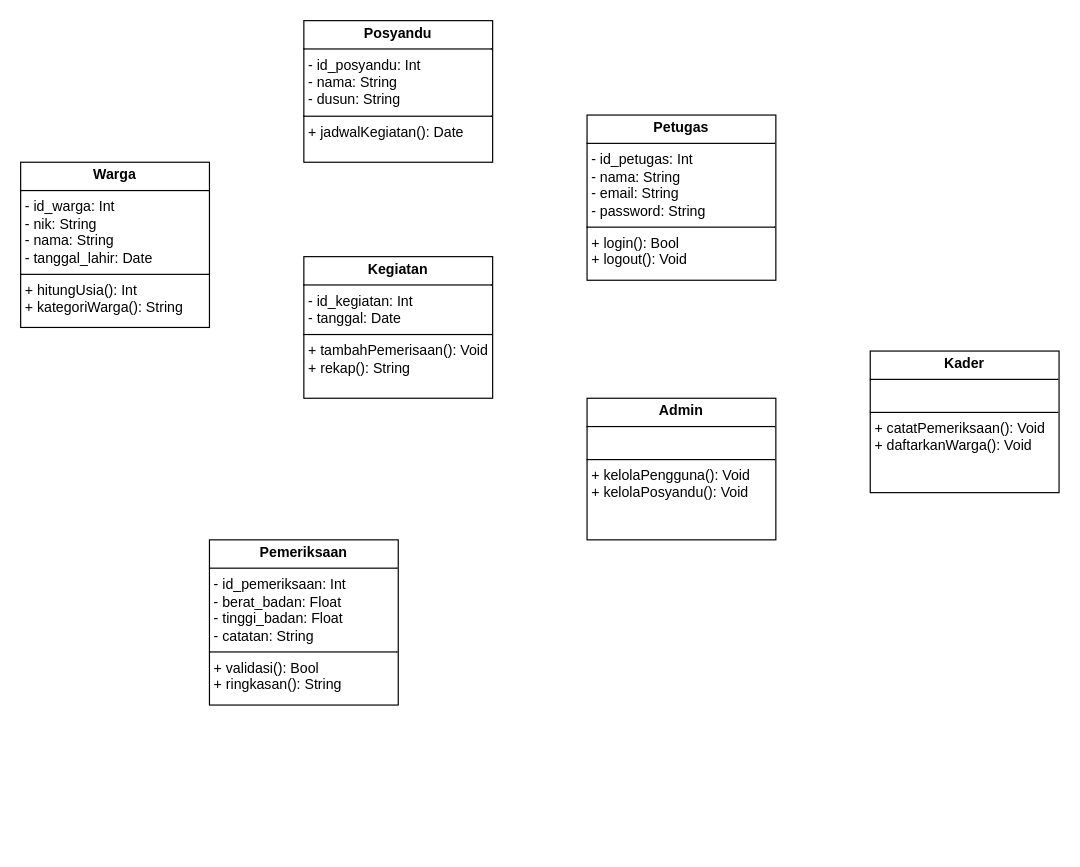
Earlier version of the draw.io diagram page "Class Diagram" (2 of 2) of PBO UML.drawio (Awipratama/Posyandu_Mobile). Source tidied: cells renumbered, new cells numbered last; positions are measured from the earlier drawing's top-left corner, leaving out a move shared by most shapes. Both pictures are drawn from the tidied source at 118%, with x=0, y=0 at pixel (20, 20).
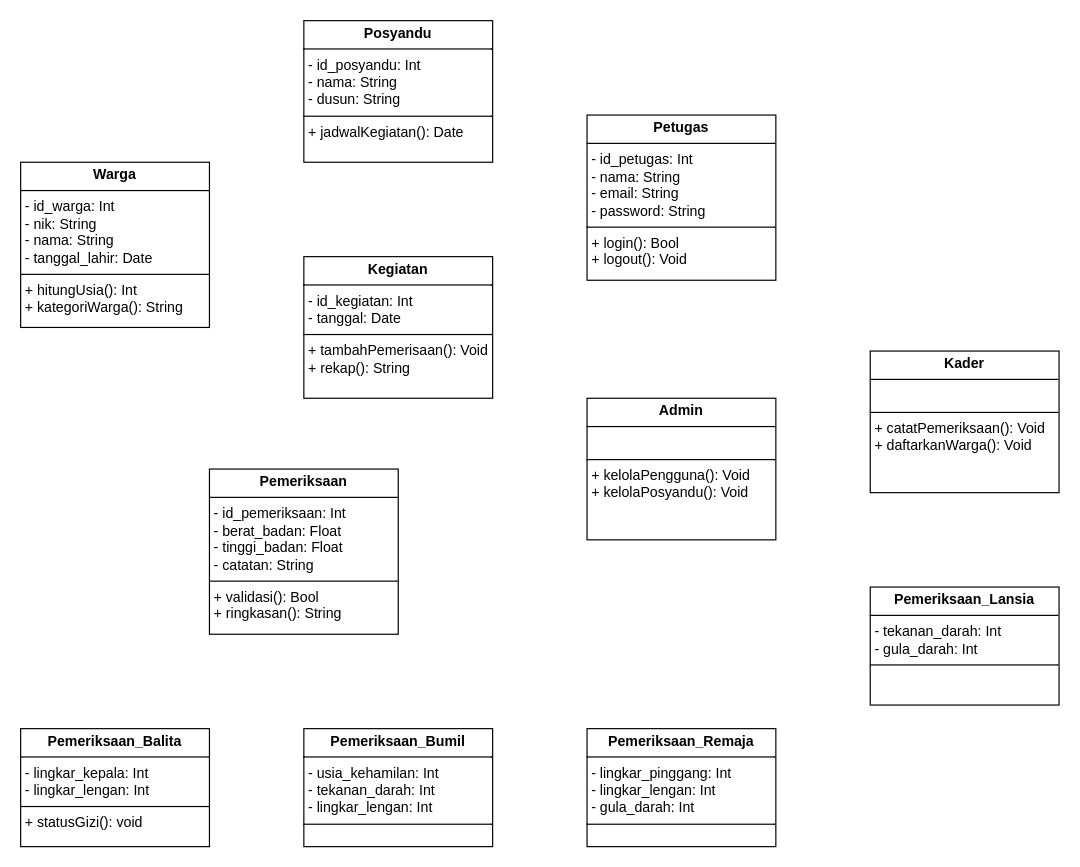
The same page after the edit.

Diff of the diagram source:
```diff
@@
 <mxGraphModel>
   <root>
     <mxCell id="0" />
     <mxCell id="1" parent="0" />
     <mxCell id="2" value="&lt;p style=&quot;margin:0px;margin-top:4px;text-align:center;&quot;&gt;&lt;b&gt;Posyandu&lt;/b&gt;&lt;/p&gt;&lt;hr size=&quot;1&quot; style=&quot;border-style:solid;&quot;&gt;&lt;p style=&quot;margin:0px;margin-left:4px;&quot;&gt;- id_posyandu: Int&lt;/p&gt;&lt;p style=&quot;margin:0px;margin-left:4px;&quot;&gt;- nama: String&lt;/p&gt;&lt;p style=&quot;margin:0px;margin-left:4px;&quot;&gt;- dusun: String&lt;/p&gt;&lt;hr size=&quot;1&quot; style=&quot;border-style:solid;&quot;&gt;&lt;p style=&quot;margin:0px;margin-left:4px;&quot;&gt;+ jadwalKegiatan(): Date&lt;/p&gt;" style="verticalAlign=top;align=left;overflow=fill;html=1;whiteSpace=wrap;" parent="1" vertex="1">
       <mxGeometry x="240" width="160" height="120" as="geometry" />
     </mxCell>
     <mxCell id="3" value="&lt;p style=&quot;margin:0px;margin-top:4px;text-align:center;&quot;&gt;&lt;b&gt;Warga&lt;/b&gt;&lt;/p&gt;&lt;hr size=&quot;1&quot; style=&quot;border-style:solid;&quot;&gt;&lt;p style=&quot;margin:0px;margin-left:4px;&quot;&gt;- id_warga: Int&lt;/p&gt;&lt;p style=&quot;margin:0px;margin-left:4px;&quot;&gt;- nik: String&lt;/p&gt;&lt;p style=&quot;margin:0px;margin-left:4px;&quot;&gt;- nama: String&lt;/p&gt;&lt;p style=&quot;margin:0px;margin-left:4px;&quot;&gt;- tanggal_lahir: Date&lt;/p&gt;&lt;hr size=&quot;1&quot; style=&quot;border-style:solid;&quot;&gt;&lt;p style=&quot;margin:0px;margin-left:4px;&quot;&gt;+ hitungUsia(): Int&lt;/p&gt;&lt;p style=&quot;margin:0px;margin-left:4px;&quot;&gt;+ kategoriWarga(): String&lt;/p&gt;" style="verticalAlign=top;align=left;overflow=fill;html=1;whiteSpace=wrap;" parent="1" vertex="1">
       <mxGeometry y="120" width="160" height="140" as="geometry" />
     </mxCell>
     <mxCell id="4" value="&lt;p style=&quot;margin:0px;margin-top:4px;text-align:center;&quot;&gt;&lt;b&gt;Kegiatan&lt;/b&gt;&lt;/p&gt;&lt;hr size=&quot;1&quot; style=&quot;border-style:solid;&quot;&gt;&lt;p style=&quot;margin:0px;margin-left:4px;&quot;&gt;- id_kegiatan: Int&lt;/p&gt;&lt;p style=&quot;margin:0px;margin-left:4px;&quot;&gt;- tanggal: Date&lt;/p&gt;&lt;hr size=&quot;1&quot; style=&quot;border-style:solid;&quot;&gt;&lt;p style=&quot;margin:0px;margin-left:4px;&quot;&gt;+ tambahPemerisaan(): Void&lt;/p&gt;&lt;p style=&quot;margin:0px;margin-left:4px;&quot;&gt;+ rekap(): String&lt;/p&gt;" style="verticalAlign=top;align=left;overflow=fill;html=1;whiteSpace=wrap;" parent="1" vertex="1">
       <mxGeometry x="240" y="200" width="160" height="120" as="geometry" />
     </mxCell>
     <mxCell id="5" value="&lt;p style=&quot;margin:0px;margin-top:4px;text-align:center;&quot;&gt;&lt;b&gt;Petugas&lt;/b&gt;&lt;/p&gt;&lt;hr size=&quot;1&quot; style=&quot;border-style:solid;&quot;&gt;&lt;p style=&quot;margin:0px;margin-left:4px;&quot;&gt;- id_petugas: Int&lt;/p&gt;&lt;p style=&quot;margin:0px;margin-left:4px;&quot;&gt;- nama: String&lt;/p&gt;&lt;p style=&quot;margin:0px;margin-left:4px;&quot;&gt;- email: String&lt;/p&gt;&lt;p style=&quot;margin:0px;margin-left:4px;&quot;&gt;- password: String&lt;/p&gt;&lt;hr size=&quot;1&quot; style=&quot;border-style:solid;&quot;&gt;&lt;p style=&quot;margin:0px;margin-left:4px;&quot;&gt;+ login(): Bool&lt;/p&gt;&lt;p style=&quot;margin:0px;margin-left:4px;&quot;&gt;+ logout(): Void&lt;/p&gt;" style="verticalAlign=top;align=left;overflow=fill;html=1;whiteSpace=wrap;" parent="1" vertex="1">
       <mxGeometry x="480" y="80" width="160" height="140" as="geometry" />
     </mxCell>
     <mxCell id="6" value="&lt;p style=&quot;margin:0px;margin-top:4px;text-align:center;&quot;&gt;&lt;b&gt;Admin&lt;/b&gt;&lt;/p&gt;&lt;hr size=&quot;1&quot; style=&quot;border-style:solid;&quot;&gt;&lt;p style=&quot;margin:0px;margin-left:4px;&quot;&gt;&lt;br&gt;&lt;/p&gt;&lt;hr size=&quot;1&quot; style=&quot;border-style:solid;&quot;&gt;&lt;p style=&quot;margin:0px;margin-left:4px;&quot;&gt;+ kelolaPengguna(): Void&lt;/p&gt;&lt;p style=&quot;margin:0px;margin-left:4px;&quot;&gt;+ kelolaPosyandu(): Void&lt;/p&gt;" style="verticalAlign=top;align=left;overflow=fill;html=1;whiteSpace=wrap;" parent="1" vertex="1">
       <mxGeometry x="480" y="320" width="160" height="120" as="geometry" />
     </mxCell>
     <mxCell id="7" value="&lt;p style=&quot;margin:0px;margin-top:4px;text-align:center;&quot;&gt;&lt;b&gt;Kader&lt;/b&gt;&lt;/p&gt;&lt;hr size=&quot;1&quot; style=&quot;border-style:solid;&quot;&gt;&lt;p style=&quot;margin:0px;margin-left:4px;&quot;&gt;&lt;br&gt;&lt;/p&gt;&lt;hr size=&quot;1&quot; style=&quot;border-style:solid;&quot;&gt;&lt;p style=&quot;margin:0px;margin-left:4px;&quot;&gt;+ catatPemeriksaan(): Void&lt;/p&gt;&lt;p style=&quot;margin:0px;margin-left:4px;&quot;&gt;+ daftarkanWarga(): Void&lt;/p&gt;" style="verticalAlign=top;align=left;overflow=fill;html=1;whiteSpace=wrap;" parent="1" vertex="1">
       <mxGeometry x="720" y="280" width="160" height="120" as="geometry" />
     </mxCell>
     <mxCell id="8" value="&lt;p style=&quot;margin:0px;margin-top:4px;text-align:center;&quot;&gt;&lt;b&gt;Pemeriksaan&lt;/b&gt;&lt;/p&gt;&lt;hr size=&quot;1&quot; style=&quot;border-style:solid;&quot;&gt;&lt;p style=&quot;margin:0px;margin-left:4px;&quot;&gt;- id_pemeriksaan: Int&lt;/p&gt;&lt;p style=&quot;margin:0px;margin-left:4px;&quot;&gt;- berat_badan: Float&lt;/p&gt;&lt;p style=&quot;margin:0px;margin-left:4px;&quot;&gt;- tinggi_badan: Float&lt;/p&gt;&lt;p style=&quot;margin:0px;margin-left:4px;&quot;&gt;- catatan: String&lt;/p&gt;&lt;hr size=&quot;1&quot; style=&quot;border-style:solid;&quot;&gt;&lt;p style=&quot;margin:0px;margin-left:4px;&quot;&gt;+ validasi(): Bool&lt;/p&gt;&lt;p style=&quot;margin:0px;margin-left:4px;&quot;&gt;+ ringkasan(): String&lt;/p&gt;" style="verticalAlign=top;align=left;overflow=fill;html=1;whiteSpace=wrap;" parent="1" vertex="1">
-      <mxGeometry x="160" y="440" width="160" height="140" as="geometry" />
+      <mxGeometry x="160" y="380" width="160" height="140" as="geometry" />
     </mxCell>
+    <mxCell id="9" value="&lt;p style=&quot;margin:0px;margin-top:4px;text-align:center;&quot;&gt;&lt;b&gt;Pemeriksaan_Balita&lt;/b&gt;&lt;/p&gt;&lt;hr size=&quot;1&quot; style=&quot;border-style:solid;&quot;&gt;&lt;p style=&quot;margin:0px;margin-left:4px;&quot;&gt;- lingkar_kepala: Int&lt;/p&gt;&lt;p style=&quot;margin:0px;margin-left:4px;&quot;&gt;- lingkar_lengan: Int&lt;/p&gt;&lt;hr size=&quot;1&quot; style=&quot;border-style:solid;&quot;&gt;&lt;p style=&quot;margin:0px;margin-left:4px;&quot;&gt;+ statusGizi(): void&lt;/p&gt;" style="verticalAlign=top;align=left;overflow=fill;html=1;whiteSpace=wrap;" parent="1" vertex="1">
+      <mxGeometry y="600" width="160" height="100" as="geometry" />
+    </mxCell>
+    <mxCell id="10" value="&lt;p style=&quot;margin:0px;margin-top:4px;text-align:center;&quot;&gt;&lt;b&gt;Pemeriksaan_Bumil&lt;/b&gt;&lt;/p&gt;&lt;hr size=&quot;1&quot; style=&quot;border-style:solid;&quot;&gt;&lt;p style=&quot;margin:0px;margin-left:4px;&quot;&gt;- usia_kehamilan: Int&lt;/p&gt;&lt;p style=&quot;margin:0px;margin-left:4px;&quot;&gt;- tekanan_darah: Int&lt;/p&gt;&lt;p style=&quot;margin:0px;margin-left:4px;&quot;&gt;- lingkar_lengan: Int&lt;/p&gt;&lt;hr size=&quot;1&quot; style=&quot;border-style:solid;&quot;&gt;&lt;p style=&quot;margin:0px;margin-left:4px;&quot;&gt;&lt;br&gt;&lt;/p&gt;" style="verticalAlign=top;align=left;overflow=fill;html=1;whiteSpace=wrap;" parent="1" vertex="1">
+      <mxGeometry x="240" y="600" width="160" height="100" as="geometry" />
+    </mxCell>
+    <mxCell id="11" value="&lt;p style=&quot;margin:0px;margin-top:4px;text-align:center;&quot;&gt;&lt;b&gt;Pemeriksaan_Lansia&lt;/b&gt;&lt;/p&gt;&lt;hr size=&quot;1&quot; style=&quot;border-style:solid;&quot;&gt;&lt;p style=&quot;margin:0px;margin-left:4px;&quot;&gt;- tekanan_darah: Int&lt;/p&gt;&lt;p style=&quot;margin:0px;margin-left:4px;&quot;&gt;- gula_darah: Int&lt;/p&gt;&lt;hr size=&quot;1&quot; style=&quot;border-style:solid;&quot;&gt;&lt;p style=&quot;margin:0px;margin-left:4px;&quot;&gt;&lt;br&gt;&lt;/p&gt;" style="verticalAlign=top;align=left;overflow=fill;html=1;whiteSpace=wrap;" parent="1" vertex="1">
+      <mxGeometry x="720" y="480" width="160" height="100" as="geometry" />
+    </mxCell>
+    <mxCell id="12" value="&lt;p style=&quot;margin:0px;margin-top:4px;text-align:center;&quot;&gt;&lt;b&gt;Pemeriksaan_Remaja&lt;/b&gt;&lt;/p&gt;&lt;hr size=&quot;1&quot; style=&quot;border-style:solid;&quot;&gt;&lt;p style=&quot;margin:0px;margin-left:4px;&quot;&gt;- lingkar_pinggang: Int&lt;/p&gt;&lt;p style=&quot;margin:0px;margin-left:4px;&quot;&gt;- lingkar_lengan: Int&lt;/p&gt;&lt;p style=&quot;margin:0px;margin-left:4px;&quot;&gt;- gula_darah: Int&lt;/p&gt;&lt;hr size=&quot;1&quot; style=&quot;border-style:solid;&quot;&gt;&lt;p style=&quot;margin:0px;margin-left:4px;&quot;&gt;&lt;br&gt;&lt;/p&gt;" style="verticalAlign=top;align=left;overflow=fill;html=1;whiteSpace=wrap;" parent="1" vertex="1">
+      <mxGeometry x="480" y="600" width="160" height="100" as="geometry" />
+    </mxCell>
   </root>
 </mxGraphModel>
```
